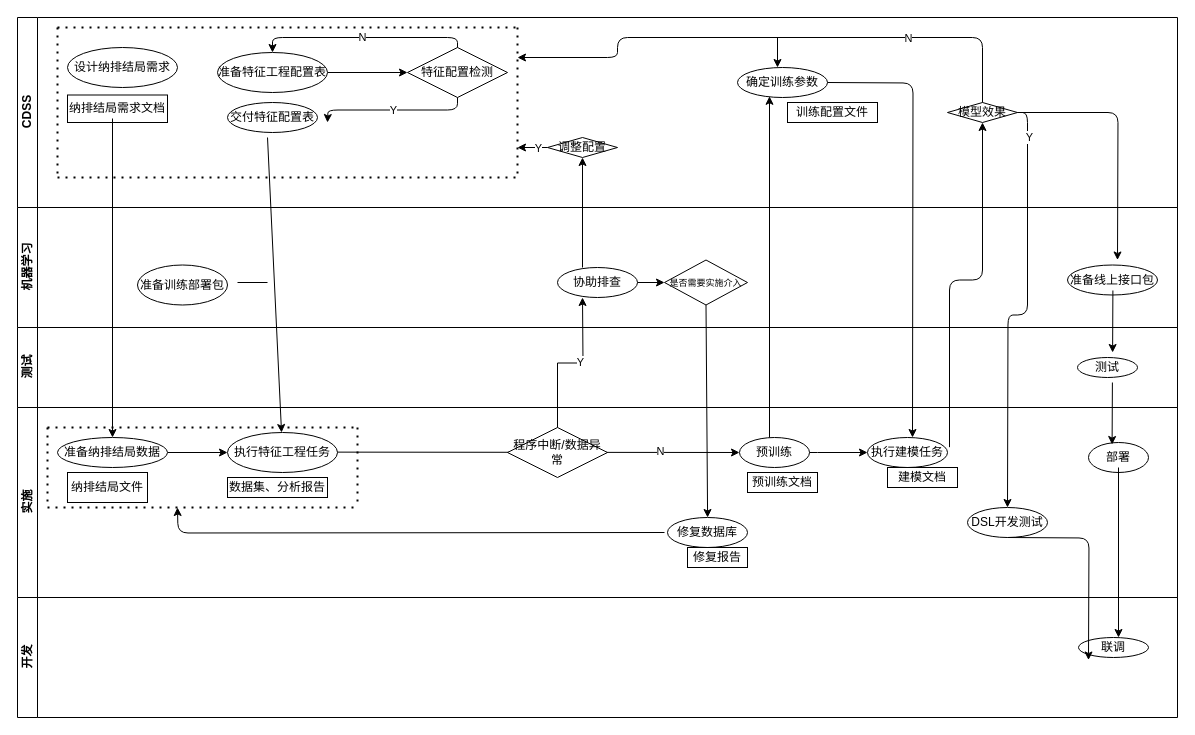
sophsticate/drawio keeps this draw.io diagram as cdss_sop.drawio. Above is the earlier version. Source tidied: cells renumbered, new cells numbered last; positions are measured from the earlier drawing's top-left corner, leaving out a move shared by most shapes. Both pictures are drawn from the tidied source at 100%, with x=0, y=0 at pixel (17, 17).
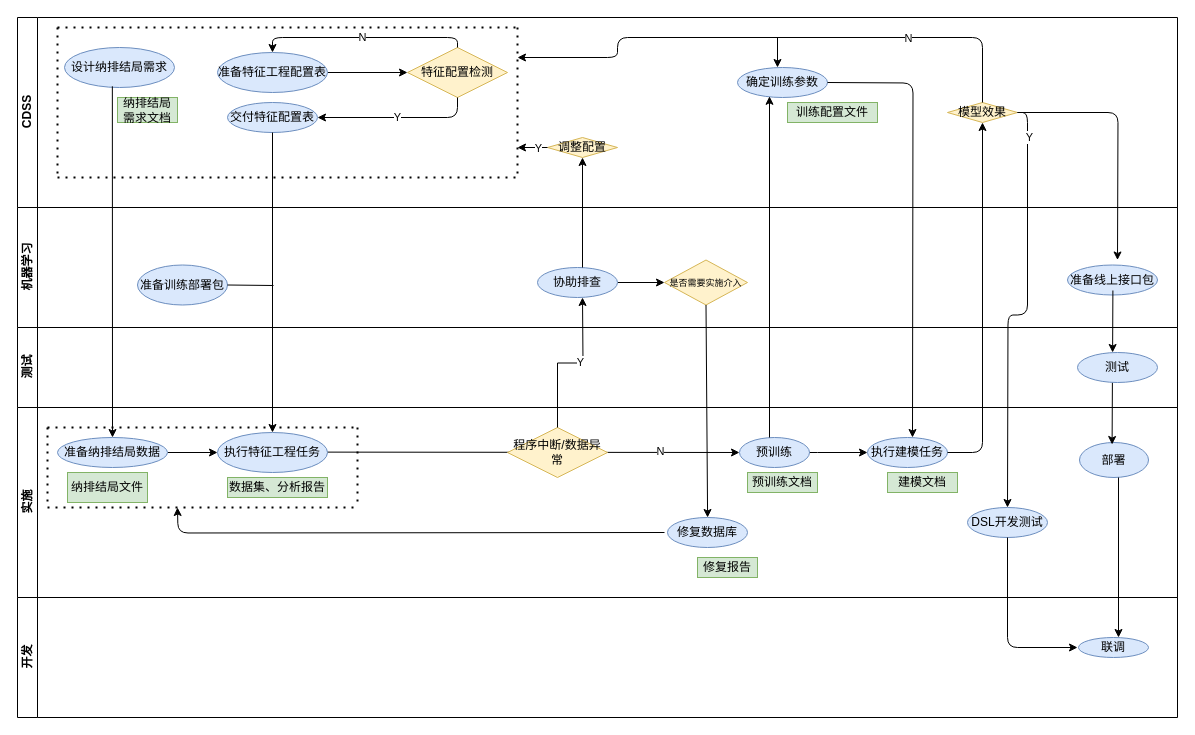
After the change.

The change refers to these unchanged cells:
```xml
<mxCell id="2" value="开发" style="swimlane;html=1;startSize=20;horizontal=0;" parent="1" vertex="1">
  <mxGeometry y="580" width="1160" height="120" as="geometry" />
</mxCell>
<mxCell id="4" value="实施" style="swimlane;html=1;startSize=20;horizontal=0;" parent="1" vertex="1">
  <mxGeometry y="390" width="1160" height="190" as="geometry" />
</mxCell>
<mxCell id="26" value="测试" style="swimlane;html=1;startSize=20;horizontal=0;" parent="1" vertex="1">
  <mxGeometry y="310" width="1160" height="80" as="geometry" />
</mxCell>
<mxCell id="29" value="机器学习" style="swimlane;html=1;startSize=20;horizontal=0;" parent="1" vertex="1">
  <mxGeometry y="190" width="1160" height="120" as="geometry" />
</mxCell>
<mxCell id="36" value="CDSS" style="swimlane;html=1;startSize=20;horizontal=0;" parent="1" vertex="1">
  <mxGeometry width="1160" height="190" as="geometry" />
</mxCell>
```

The edit, as a diff of the source:
```diff
@@
-    <mxCell id="3" value="联调" style="ellipse;whiteSpace=wrap;html=1;" parent="2" vertex="1">
+    <mxCell id="3" value="联调" style="ellipse;whiteSpace=wrap;html=1;fillColor=#dae8fc;strokeColor=#6c8ebf;" parent="2" vertex="1">
       <mxGeometry x="1061" y="40" width="70" height="20" as="geometry" />
     </mxCell>
@@
-    <mxCell id="5" style="endArrow=classic;html=1;exitX=1;exitY=0.5;exitDx=0;exitDy=0;" parent="4" edge="1">
+    <mxCell id="5" style="endArrow=classic;html=1;exitX=1;exitY=0.5;exitDx=0;exitDy=0;entryX=0;entryY=0.5;entryDx=0;entryDy=0;" parent="4" edge="1" target="15">
       <mxGeometry relative="1" as="geometry">
         <mxPoint x="150" y="45" as="sourcePoint" />
-        <mxPoint x="210" y="45" as="targetPoint" />
       </mxGeometry>
     </mxCell>
@@
-    <mxCell id="9" value="程序中断/数据异常" style="rhombus;whiteSpace=wrap;html=1;" parent="4" vertex="1">
+    <mxCell id="9" value="程序中断/数据异常" style="rhombus;whiteSpace=wrap;html=1;fillColor=#fff2cc;strokeColor=#d6b656;" parent="4" vertex="1">
       <mxGeometry x="490" y="20" width="100" height="50" as="geometry" />
     </mxCell>
@@
-    <mxCell id="14" value="准备纳排结局数据" style="ellipse;whiteSpace=wrap;html=1;" parent="4" vertex="1">
+    <mxCell id="14" value="准备纳排结局数据" style="ellipse;whiteSpace=wrap;html=1;fillColor=#dae8fc;strokeColor=#6c8ebf;" parent="4" vertex="1">
       <mxGeometry x="40" y="30" width="110" height="30" as="geometry" />
     </mxCell>
-    <mxCell id="15" value="执行特征工程任务" style="ellipse;whiteSpace=wrap;html=1;" parent="4" vertex="1">
-      <mxGeometry x="210" y="25" width="110" height="40" as="geometry" />
+    <mxCell id="15" value="执行特征工程任务" style="ellipse;whiteSpace=wrap;html=1;fillColor=#dae8fc;strokeColor=#6c8ebf;" parent="4" vertex="1">
+      <mxGeometry x="200" y="25" width="110" height="40" as="geometry" />
     </mxCell>
-    <mxCell id="16" value="纳排结局文件" style="rounded=0;whiteSpace=wrap;html=1;" parent="4" vertex="1">
+    <mxCell id="16" value="纳排结局文件" style="rounded=0;whiteSpace=wrap;html=1;fillColor=#d5e8d4;strokeColor=#82b366;" parent="4" vertex="1">
       <mxGeometry x="50" y="65" width="80" height="30" as="geometry" />
     </mxCell>
-    <mxCell id="17" value="数据集、分析报告" style="rounded=0;whiteSpace=wrap;html=1;" parent="4" vertex="1">
+    <mxCell id="17" value="数据集、分析报告" style="rounded=0;whiteSpace=wrap;html=1;fillColor=#d5e8d4;strokeColor=#82b366;" parent="4" vertex="1">
       <mxGeometry x="210" y="70" width="100" height="20" as="geometry" />
     </mxCell>
-    <mxCell id="18" value="预训练" style="ellipse;whiteSpace=wrap;html=1;" parent="4" vertex="1">
+    <mxCell id="18" value="预训练" style="ellipse;whiteSpace=wrap;html=1;fillColor=#dae8fc;strokeColor=#6c8ebf;" parent="4" vertex="1">
       <mxGeometry x="722" y="30" width="70" height="30" as="geometry" />
     </mxCell>
-    <mxCell id="19" value="执行建模任务" style="ellipse;whiteSpace=wrap;html=1;" parent="4" vertex="1">
+    <mxCell id="19" value="执行建模任务" style="ellipse;whiteSpace=wrap;html=1;fillColor=#dae8fc;strokeColor=#6c8ebf;" parent="4" vertex="1">
       <mxGeometry x="850" y="30" width="80" height="30" as="geometry" />
     </mxCell>
-    <mxCell id="20" value="修复数据库" style="ellipse;whiteSpace=wrap;html=1;" parent="4" vertex="1">
+    <mxCell id="20" value="修复数据库" style="ellipse;whiteSpace=wrap;html=1;fillColor=#dae8fc;strokeColor=#6c8ebf;" parent="4" vertex="1">
       <mxGeometry x="650" y="110" width="80" height="30" as="geometry" />
     </mxCell>
-    <mxCell id="21" value="DSL开发测试" style="ellipse;whiteSpace=wrap;html=1;" parent="4" vertex="1">
+    <mxCell id="21" value="DSL开发测试" style="ellipse;whiteSpace=wrap;html=1;fillColor=#dae8fc;strokeColor=#6c8ebf;" parent="4" vertex="1">
       <mxGeometry x="950" y="100" width="80" height="30" as="geometry" />
     </mxCell>
-    <mxCell id="22" value="部署" style="ellipse;whiteSpace=wrap;html=1;" parent="4" vertex="1">
-      <mxGeometry x="1071" y="35" width="60" height="30" as="geometry" />
+    <mxCell id="22" value="部署" style="ellipse;whiteSpace=wrap;html=1;fillColor=#dae8fc;strokeColor=#6c8ebf;" parent="4" vertex="1">
+      <mxGeometry x="1062" y="35" width="69" height="35" as="geometry" />
     </mxCell>
-    <mxCell id="23" value="修复报告" style="rounded=0;whiteSpace=wrap;html=1;" parent="4" vertex="1">
-      <mxGeometry x="670" y="140" width="60" height="20" as="geometry" />
+    <mxCell id="23" value="修复报告" style="rounded=0;whiteSpace=wrap;html=1;fillColor=#d5e8d4;strokeColor=#82b366;" parent="4" vertex="1">
+      <mxGeometry x="680" y="150" width="60" height="20" as="geometry" />
     </mxCell>
-    <mxCell id="24" value="预训练文档" style="rounded=0;whiteSpace=wrap;html=1;" parent="4" vertex="1">
+    <mxCell id="24" value="预训练文档" style="rounded=0;whiteSpace=wrap;html=1;fillColor=#d5e8d4;strokeColor=#82b366;" parent="4" vertex="1">
       <mxGeometry x="730" y="65" width="70" height="20" as="geometry" />
     </mxCell>
-    <mxCell id="25" value="建模文档" style="rounded=0;whiteSpace=wrap;html=1;" parent="4" vertex="1">
-      <mxGeometry x="870" y="60" width="70" height="20" as="geometry" />
+    <mxCell id="25" value="建模文档" style="rounded=0;whiteSpace=wrap;html=1;fillColor=#d5e8d4;strokeColor=#82b366;" parent="4" vertex="1">
+      <mxGeometry x="870" y="65" width="70" height="20" as="geometry" />
     </mxCell>
@@
-    <mxCell id="28" value="测试" style="ellipse;whiteSpace=wrap;html=1;" parent="26" vertex="1">
-      <mxGeometry x="1060" y="30" width="60" height="20" as="geometry" />
+    <mxCell id="28" value="测试" style="ellipse;whiteSpace=wrap;html=1;fillColor=#dae8fc;strokeColor=#6c8ebf;" parent="26" vertex="1">
+      <mxGeometry x="1060" y="25" width="80" height="30" as="geometry" />
     </mxCell>
@@
-    <mxCell id="30" style="endArrow=classic;html=1;" parent="29" edge="1" target="15">
-      <mxGeometry relative="1" as="geometry">
-        <mxPoint x="250" y="-70" as="sourcePoint" />
-      </mxGeometry>
-    </mxCell>
-    <mxCell id="31" value="&lt;font style=&quot;font-size: 9px&quot;&gt;是否需要实施介入&lt;/font&gt;" style="rhombus;whiteSpace=wrap;html=1;" parent="29" vertex="1">
+    <mxCell id="31" value="&lt;font style=&quot;font-size: 9px&quot;&gt;是否需要实施介入&lt;/font&gt;" style="rhombus;whiteSpace=wrap;html=1;fillColor=#fff2cc;strokeColor=#d6b656;" parent="29" vertex="1">
       <mxGeometry x="647" y="52.5" width="83" height="45" as="geometry" />
     </mxCell>
-    <mxCell id="32" style="endArrow=classic;html=1;exitX=1;exitY=0.5;exitDx=0;exitDy=0;entryX=0;entryY=0.5;entryDx=0;entryDy=0;" parent="29" edge="1" target="31">
-      <mxGeometry relative="1" as="geometry">
-        <mxPoint x="615" y="75" as="sourcePoint" />
-      </mxGeometry>
+    <mxCell id="32" style="endArrow=classic;html=1;exitX=1;exitY=0.5;exitDx=0;exitDy=0;entryX=0;entryY=0.5;entryDx=0;entryDy=0;" parent="29" edge="1" source="33" target="31">
+      <mxGeometry relative="1" as="geometry" />
     </mxCell>
-    <mxCell id="33" value="协助排查" style="ellipse;whiteSpace=wrap;html=1;" parent="29" vertex="1">
-      <mxGeometry x="540" y="60" width="80" height="30" as="geometry" />
+    <mxCell id="33" value="协助排查" style="ellipse;whiteSpace=wrap;html=1;fillColor=#dae8fc;strokeColor=#6c8ebf;" parent="29" vertex="1">
+      <mxGeometry x="520" y="60" width="80" height="30" as="geometry" />
     </mxCell>
-    <mxCell id="34" value="准备训练部署包" style="ellipse;whiteSpace=wrap;html=1;" parent="29" vertex="1">
+    <mxCell id="34" value="准备训练部署包" style="ellipse;whiteSpace=wrap;html=1;fillColor=#dae8fc;strokeColor=#6c8ebf;" parent="29" vertex="1">
       <mxGeometry x="120" y="57.5" width="90" height="40" as="geometry" />
     </mxCell>
-    <mxCell id="35" value="准备线上接口包" style="ellipse;whiteSpace=wrap;html=1;" parent="29" vertex="1">
+    <mxCell id="35" value="准备线上接口包" style="ellipse;whiteSpace=wrap;html=1;fillColor=#dae8fc;strokeColor=#6c8ebf;" parent="29" vertex="1">
       <mxGeometry x="1050" y="57.5" width="90" height="30" as="geometry" />
     </mxCell>
@@
-    <mxCell id="37" value="特征配置检测" style="rhombus;whiteSpace=wrap;html=1;" parent="36" vertex="1">
+    <mxCell id="37" value="特征配置检测" style="rhombus;whiteSpace=wrap;html=1;fillColor=#fff2cc;strokeColor=#d6b656;" parent="36" vertex="1">
       <mxGeometry x="390" y="30" width="100" height="50" as="geometry" />
     </mxCell>
@@
-    <mxCell id="40" value="Y" style="endArrow=classic;html=1;exitX=0.5;exitY=1;exitDx=0;exitDy=0;entryX=1;entryY=0.5;entryDx=0;entryDy=0;edgeStyle=orthogonalEdgeStyle;" parent="36" edge="1" source="37">
-      <mxGeometry relative="1" as="geometry">
-        <mxPoint x="310" y="105" as="targetPoint" />
-      </mxGeometry>
+    <mxCell id="40" value="Y" style="endArrow=classic;html=1;exitX=0.5;exitY=1;exitDx=0;exitDy=0;entryX=1;entryY=0.5;entryDx=0;entryDy=0;edgeStyle=orthogonalEdgeStyle;" parent="36" edge="1" source="37" target="51">
+      <mxGeometry relative="1" as="geometry" />
     </mxCell>
-    <mxCell id="41" value="调整配置" style="rhombus;whiteSpace=wrap;html=1;" parent="36" vertex="1">
+    <mxCell id="41" value="调整配置" style="rhombus;whiteSpace=wrap;html=1;fillColor=#fff2cc;strokeColor=#d6b656;" parent="36" vertex="1">
       <mxGeometry x="530" y="120" width="70" height="20" as="geometry" />
     </mxCell>
@@
-    <mxCell id="44" value="模型效果" style="rhombus;whiteSpace=wrap;html=1;" parent="36" vertex="1">
+    <mxCell id="44" value="模型效果" style="rhombus;whiteSpace=wrap;html=1;fillColor=#fff2cc;strokeColor=#d6b656;" parent="36" vertex="1">
       <mxGeometry x="930" y="85" width="70" height="20" as="geometry" />
     </mxCell>
@@
-    <mxCell id="47" value="设计纳排结局需求" style="ellipse;whiteSpace=wrap;html=1;" parent="36" vertex="1">
-      <mxGeometry x="50" y="30" width="110" height="40" as="geometry" />
+    <mxCell id="47" value="设计纳排结局需求" style="ellipse;whiteSpace=wrap;html=1;fillColor=#dae8fc;strokeColor=#6c8ebf;" parent="36" vertex="1">
+      <mxGeometry x="47" y="30" width="110" height="40" as="geometry" />
     </mxCell>
-    <mxCell id="48" value="纳排结局需求文档" style="rounded=0;whiteSpace=wrap;html=1;" parent="36" vertex="1">
-      <mxGeometry x="50" y="77.5" width="100" height="27.5" as="geometry" />
+    <mxCell id="48" value="纳排结局需求文档" style="rounded=0;whiteSpace=wrap;html=1;fillColor=#d5e8d4;strokeColor=#82b366;" parent="36" vertex="1">
+      <mxGeometry x="100" y="80" width="60" height="25" as="geometry" />
     </mxCell>
-    <mxCell id="49" value="准备特征工程配置表" style="ellipse;whiteSpace=wrap;html=1;" parent="36" vertex="1">
+    <mxCell id="49" value="准备特征工程配置表" style="ellipse;whiteSpace=wrap;html=1;fillColor=#dae8fc;strokeColor=#6c8ebf;" parent="36" vertex="1">
       <mxGeometry x="200" y="35" width="110" height="40" as="geometry" />
     </mxCell>
-    <mxCell id="50" value="确定训练参数" style="ellipse;whiteSpace=wrap;html=1;" parent="36" vertex="1">
+    <mxCell id="50" value="确定训练参数" style="ellipse;whiteSpace=wrap;html=1;fillColor=#dae8fc;strokeColor=#6c8ebf;" parent="36" vertex="1">
       <mxGeometry x="720" y="50" width="90" height="30" as="geometry" />
     </mxCell>
-    <mxCell id="51" value="交付特征配置表" style="ellipse;whiteSpace=wrap;html=1;" parent="36" vertex="1">
+    <mxCell id="51" value="交付特征配置表" style="ellipse;whiteSpace=wrap;html=1;fillColor=#dae8fc;strokeColor=#6c8ebf;" parent="36" vertex="1">
       <mxGeometry x="210" y="85" width="90" height="30" as="geometry" />
     </mxCell>
-    <mxCell id="52" value="训练配置文件" style="rounded=0;whiteSpace=wrap;html=1;" parent="36" vertex="1">
+    <mxCell id="52" value="训练配置文件" style="rounded=0;whiteSpace=wrap;html=1;fillColor=#d5e8d4;strokeColor=#82b366;" parent="36" vertex="1">
       <mxGeometry x="770" y="85" width="90" height="20" as="geometry" />
     </mxCell>
-    <mxCell id="53" style="endArrow=classic;html=1;entryX=0.5;entryY=0;entryDx=0;entryDy=0;" parent="1" edge="1">
+    <mxCell id="53" style="endArrow=classic;html=1;entryX=0.5;entryY=0;entryDx=0;entryDy=0;exitX=0.435;exitY=0.971;exitDx=0;exitDy=0;exitPerimeter=0;" parent="1" edge="1" source="47">
       <mxGeometry relative="1" as="geometry">
-        <mxPoint x="95" y="101" as="sourcePoint" />
         <mxPoint x="95" y="420" as="targetPoint" />
       </mxGeometry>
     </mxCell>
-    <mxCell id="54" style="endArrow=none;html=1;" parent="1" edge="1">
+    <mxCell id="54" style="endArrow=none;html=1;entryX=1;entryY=0.5;entryDx=0;entryDy=0;" parent="1" edge="1" target="34">
       <mxGeometry relative="1" as="geometry">
-        <mxPoint x="250" y="265" as="sourcePoint" />
-        <mxPoint x="220" y="265" as="targetPoint" />
+        <mxPoint x="256" y="268" as="sourcePoint" />
       </mxGeometry>
     </mxCell>
@@
-    <mxCell id="67" style="endArrow=classic;html=1;exitX=1.025;exitY=0.322;exitDx=0;exitDy=0;entryX=0.5;entryY=1;entryDx=0;entryDy=0;edgeStyle=orthogonalEdgeStyle;exitPerimeter=0;" parent="1" edge="1" source="19" target="44">
+    <mxCell id="67" style="endArrow=classic;html=1;exitX=1;exitY=0.5;exitDx=0;exitDy=0;entryX=0.5;entryY=1;entryDx=0;entryDy=0;edgeStyle=orthogonalEdgeStyle;" parent="1" edge="1" source="19" target="44">
       <mxGeometry relative="1" as="geometry" />
     </mxCell>
@@
-    <mxCell id="71" style="endArrow=classic;html=1;exitX=0.5;exitY=1;exitDx=0;exitDy=0;" parent="1" edge="1">
+    <mxCell id="71" style="endArrow=classic;html=1;" parent="1" edge="1">
       <mxGeometry relative="1" as="geometry">
-        <mxPoint x="1101" y="450" as="sourcePoint" />
+        <mxPoint x="1101" y="460" as="sourcePoint" />
         <mxPoint x="1101" y="620" as="targetPoint" />
       </mxGeometry>
     </mxCell>
@@
-    <mxCell id="73" style="endArrow=classic;html=1;exitX=0.5;exitY=1;exitDx=0;exitDy=0;entryX=0;entryY=0.75;entryDx=0;entryDy=0;edgeStyle=orthogonalEdgeStyle;" parent="1" edge="1">
+    <mxCell id="73" style="endArrow=classic;html=1;exitX=0.5;exitY=1;exitDx=0;exitDy=0;edgeStyle=orthogonalEdgeStyle;" parent="1" edge="1">
       <mxGeometry relative="1" as="geometry">
         <mxPoint x="990" y="520" as="sourcePoint" />
-        <mxPoint x="1071" y="642.5" as="targetPoint" />
+        <mxPoint x="1060" y="630" as="targetPoint" />
+        <Array as="points">
+          <mxPoint x="990" y="630" />
+        </Array>
       </mxGeometry>
     </mxCell>
+    <mxCell id="30" style="endArrow=classic;html=1;exitX=0.5;exitY=1;exitDx=0;exitDy=0;" parent="1" edge="1" source="51" target="15">
+      <mxGeometry relative="1" as="geometry" />
+    </mxCell>
```
